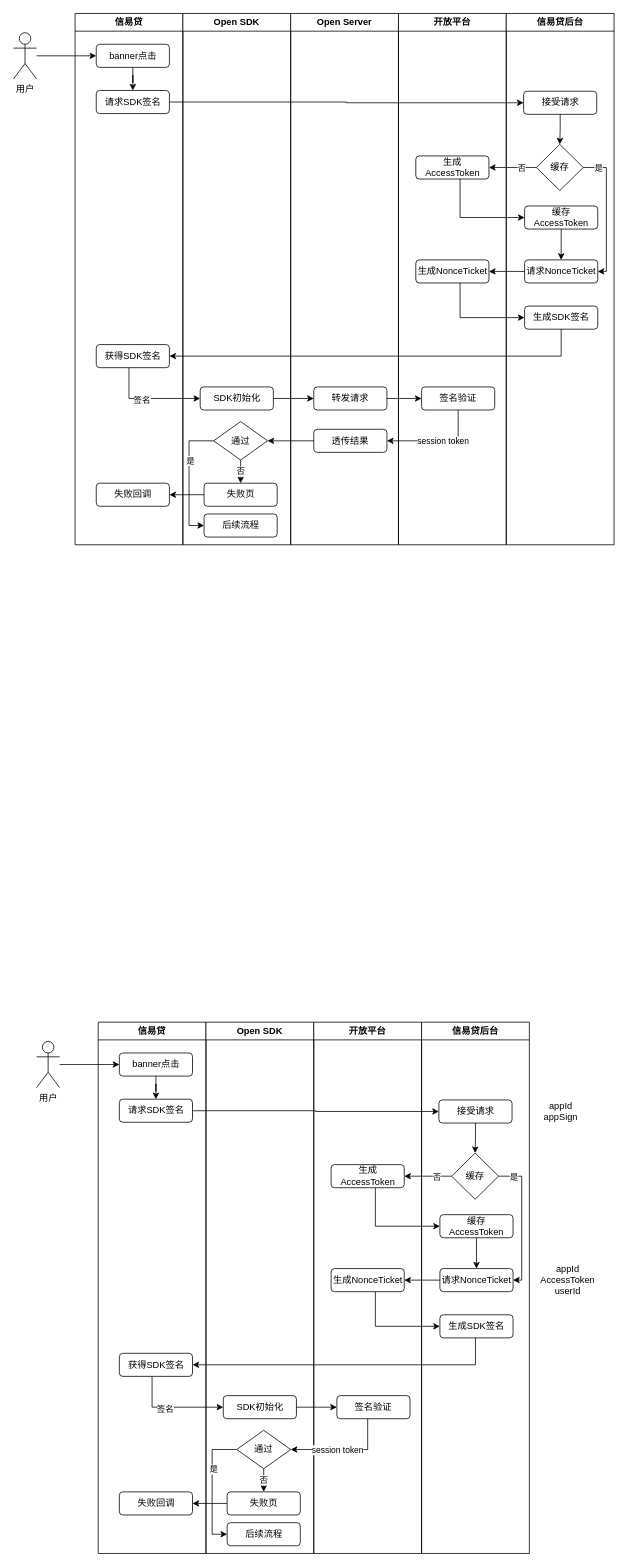
shushanfx/nfile keeps this draw.io diagram as page "SDK认证流程" (2 of 8) of doc/未命名绘图.drawio. Above is the earlier version. Source tidied: cells renumbered, new cells numbered last; positions are measured from the earlier drawing's top-left corner, leaving out a move shared by most shapes. Both pictures are drawn from the tidied source at 77%, with x=0, y=0 at pixel (13, 13).
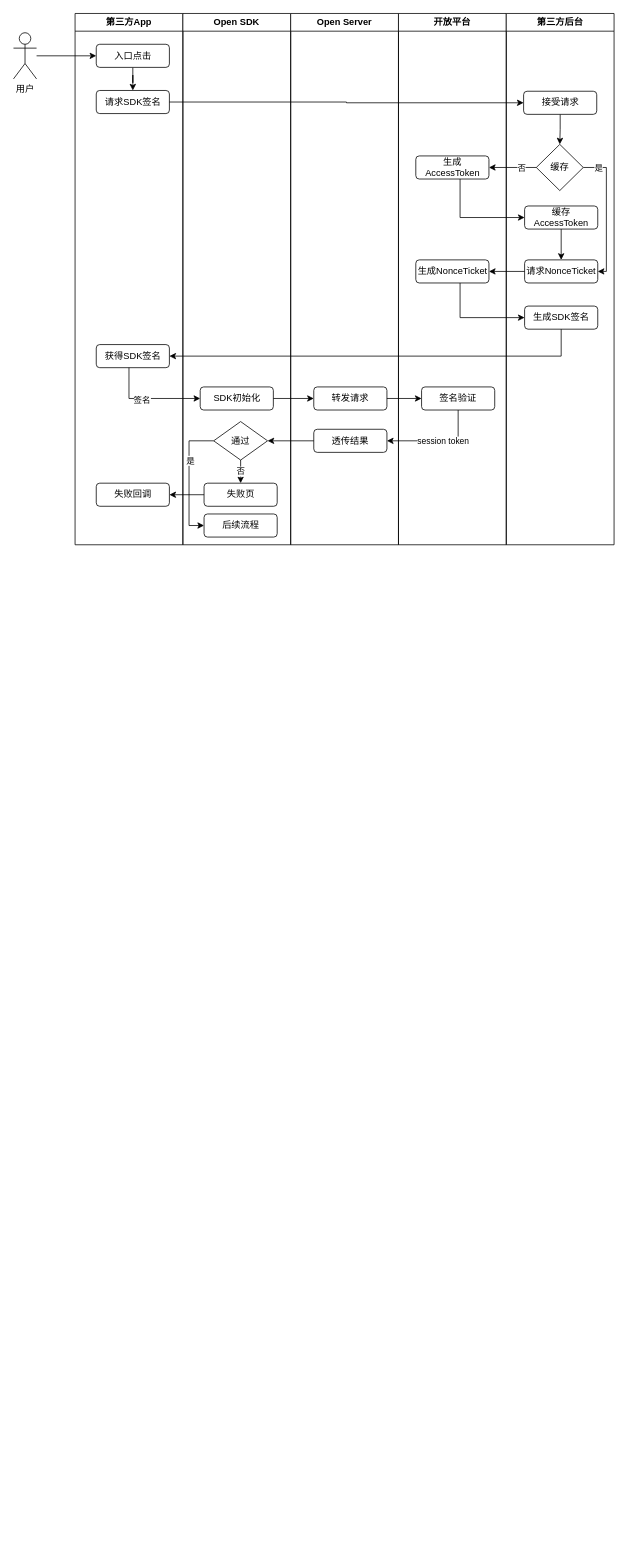
The same diagram, later.

Unchanged cells that the change refers to:
```xml
<mxCell id="4" style="group;" parent="1" vertex="1">
  <mxGeometry width="780" height="690" as="geometry" />
</mxCell>
```

The edit, as a diff of the source:
```diff
@@
-    <mxCell id="5" value="信易贷" style="swimlane;whiteSpace=wrap;html=1;" parent="4" vertex="1">
+    <mxCell id="5" value="第三方App" style="swimlane;whiteSpace=wrap;html=1;" parent="4" vertex="1">
       <mxGeometry x="80" width="140" height="690" as="geometry" />
     </mxCell>
@@
-    <mxCell id="7" value="banner点击" style="rounded=1;whiteSpace=wrap;html=1;" parent="5" vertex="1">
+    <mxCell id="7" value="入口点击" style="rounded=1;whiteSpace=wrap;html=1;" parent="5" vertex="1">
       <mxGeometry x="27.5" y="40" width="95" height="30" as="geometry" />
     </mxCell>
@@
-    <mxCell id="32" value="信易贷后台" style="swimlane;whiteSpace=wrap;html=1;" parent="4" vertex="1">
+    <mxCell id="32" value="第三方后台" style="swimlane;whiteSpace=wrap;html=1;" parent="4" vertex="1">
       <mxGeometry x="640" width="140" height="690" as="geometry" />
     </mxCell>
@@
-    <mxCell id="59" value="信易贷" style="swimlane;whiteSpace=wrap;html=1;" parent="1" vertex="1">
-      <mxGeometry x="110" y="1310" width="140" height="690" as="geometry" />
-    </mxCell>
-    <mxCell id="60" style="edgeStyle=orthogonalEdgeStyle;rounded=0;jettySize=auto;html=1;" parent="59" edge="1" source="61" target="62">
-      <mxGeometry relative="1" as="geometry" />
-    </mxCell>
-    <mxCell id="61" value="banner点击" style="rounded=1;whiteSpace=wrap;html=1;" parent="59" vertex="1">
-      <mxGeometry x="27.5" y="40" width="95" height="30" as="geometry" />
-    </mxCell>
-    <mxCell id="62" value="请求SDK签名" style="rounded=1;whiteSpace=wrap;html=1;" parent="59" vertex="1">
-      <mxGeometry x="27.5" y="100" width="95" height="30" as="geometry" />
-    </mxCell>
-    <mxCell id="63" value="获得SDK签名" style="rounded=1;whiteSpace=wrap;html=1;" parent="59" vertex="1">
-      <mxGeometry x="27.5" y="430" width="95" height="30" as="geometry" />
-    </mxCell>
-    <mxCell id="64" value="失败回调" style="rounded=1;whiteSpace=wrap;html=1;" parent="59" vertex="1">
-      <mxGeometry x="27.5" y="610" width="95" height="30" as="geometry" />
-    </mxCell>
-    <mxCell id="65" value="Open SDK" style="swimlane;whiteSpace=wrap;html=1;" parent="1" vertex="1">
-      <mxGeometry x="250" y="1310" width="140" height="690" as="geometry" />
-    </mxCell>
-    <mxCell id="66" style="edgeStyle=orthogonalEdgeStyle;rounded=0;orthogonalLoop=1;jettySize=auto;html=1;entryX=0.5;entryY=0;entryDx=0;entryDy=0;" parent="65" edge="1">
-      <mxGeometry relative="1" as="geometry">
-        <mxPoint x="71.2" y="295" as="sourcePoint" />
-      </mxGeometry>
-    </mxCell>
-    <mxCell id="67" value="SDK初始化" style="rounded=1;whiteSpace=wrap;html=1;" parent="65" vertex="1">
-      <mxGeometry x="22.5" y="485" width="95" height="30" as="geometry" />
-    </mxCell>
-    <mxCell id="68" value="否" style="edgeStyle=orthogonalEdgeStyle;rounded=0;jettySize=auto;html=1;entryX=0.5;entryY=0;entryDx=0;entryDy=0;" parent="65" edge="1" source="71" target="72">
-      <mxGeometry relative="1" as="geometry" />
-    </mxCell>
-    <mxCell id="69" style="edgeStyle=orthogonalEdgeStyle;rounded=0;jettySize=auto;html=1;entryX=0;entryY=0.5;entryDx=0;entryDy=0;" parent="65" edge="1" source="71" target="73">
-      <mxGeometry relative="1" as="geometry">
-        <Array as="points">
-          <mxPoint x="8" y="555" />
-          <mxPoint x="8" y="665" />
-        </Array>
-      </mxGeometry>
-    </mxCell>
-    <mxCell id="70" value="是" style="edgeLabel;html=1;align=center;verticalAlign=middle;" parent="69" vertex="1">
-      <mxGeometry x="-0.29" y="1" relative="1" as="geometry" />
-    </mxCell>
-    <mxCell id="71" value="通过" style="rhombus;whiteSpace=wrap;html=1;" parent="65" vertex="1">
-      <mxGeometry x="40" y="530" width="70" height="50" as="geometry" />
-    </mxCell>
-    <mxCell id="72" value="失败页" style="rounded=1;whiteSpace=wrap;html=1;" parent="65" vertex="1">
-      <mxGeometry x="27.5" y="610" width="95" height="30" as="geometry" />
-    </mxCell>
-    <mxCell id="73" value="后续流程" style="rounded=1;whiteSpace=wrap;html=1;" parent="65" vertex="1">
-      <mxGeometry x="27.5" y="650" width="95" height="30" as="geometry" />
-    </mxCell>
-    <mxCell id="74" value="开放平台" style="swimlane;whiteSpace=wrap;html=1;" parent="1" vertex="1">
-      <mxGeometry x="390" y="1310" width="140" height="690" as="geometry" />
-    </mxCell>
-    <mxCell id="75" value="生成AccessToken" style="rounded=1;whiteSpace=wrap;html=1;" parent="74" vertex="1">
-      <mxGeometry x="22.5" y="185" width="95" height="30" as="geometry" />
-    </mxCell>
-    <mxCell id="76" value="生成NonceTicket" style="rounded=1;whiteSpace=wrap;html=1;" parent="74" vertex="1">
-      <mxGeometry x="22.5" y="320" width="95" height="30" as="geometry" />
-    </mxCell>
-    <mxCell id="77" value="签名验证" style="rounded=1;whiteSpace=wrap;html=1;" parent="74" vertex="1">
-      <mxGeometry x="30" y="485" width="95" height="30" as="geometry" />
-    </mxCell>
-    <mxCell id="78" value="信易贷后台" style="swimlane;whiteSpace=wrap;html=1;" parent="1" vertex="1">
-      <mxGeometry x="530" y="1310" width="140" height="690" as="geometry" />
-    </mxCell>
-    <mxCell id="79" style="edgeStyle=orthogonalEdgeStyle;rounded=0;jettySize=auto;html=1;entryX=0.5;entryY=0;entryDx=0;entryDy=0;" parent="78" edge="1" source="80" target="84">
-      <mxGeometry relative="1" as="geometry" />
-    </mxCell>
-    <mxCell id="80" value="接受请求" style="rounded=1;whiteSpace=wrap;html=1;" parent="78" vertex="1">
-      <mxGeometry x="22.5" y="101" width="95" height="30" as="geometry" />
-    </mxCell>
-    <mxCell id="81" value="生成SDK签名" style="rounded=1;whiteSpace=wrap;html=1;" parent="78" vertex="1">
-      <mxGeometry x="23.8" y="380" width="95" height="30" as="geometry" />
-    </mxCell>
-    <mxCell id="82" style="edgeStyle=orthogonalEdgeStyle;rounded=0;jettySize=auto;html=1;entryX=1;entryY=0.5;entryDx=0;entryDy=0;" parent="78" edge="1" source="84" target="87">
-      <mxGeometry relative="1" as="geometry">
-        <Array as="points">
-          <mxPoint x="130" y="200" />
-          <mxPoint x="130" y="335" />
-        </Array>
-      </mxGeometry>
-    </mxCell>
-    <mxCell id="83" value="是" style="edgeLabel;html=1;align=center;verticalAlign=middle;" parent="82" vertex="1">
-      <mxGeometry x="-0.78" relative="1" as="geometry" />
-    </mxCell>
-    <mxCell id="84" value="缓存" style="rhombus;whiteSpace=wrap;html=1;" parent="78" vertex="1">
-      <mxGeometry x="39" y="170" width="61" height="60" as="geometry" />
-    </mxCell>
-    <mxCell id="85" style="edgeStyle=orthogonalEdgeStyle;rounded=0;jettySize=auto;html=1;" parent="78" edge="1" source="86" target="87">
-      <mxGeometry relative="1" as="geometry" />
-    </mxCell>
-    <mxCell id="86" value="缓存AccessToken" style="rounded=1;whiteSpace=wrap;html=1;" parent="78" vertex="1">
-      <mxGeometry x="23.8" y="250" width="95" height="30" as="geometry" />
-    </mxCell>
-    <mxCell id="87" value="请求NonceTicket" style="rounded=1;whiteSpace=wrap;html=1;" parent="78" vertex="1">
-      <mxGeometry x="23.8" y="320" width="95" height="30" as="geometry" />
-    </mxCell>
-    <mxCell id="88" style="edgeStyle=orthogonalEdgeStyle;rounded=0;jettySize=auto;html=1;entryX=0;entryY=0.5;entryDx=0;entryDy=0;" parent="1" edge="1" source="89" target="61">
-      <mxGeometry relative="1" as="geometry" />
-    </mxCell>
-    <mxCell id="89" value="用户" style="shape=umlActor;verticalLabelPosition=bottom;verticalAlign=top;html=1;outlineConnect=0;" parent="1" vertex="1">
-      <mxGeometry x="30" y="1335" width="30" height="60" as="geometry" />
-    </mxCell>
-    <mxCell id="90" style="edgeStyle=orthogonalEdgeStyle;rounded=0;jettySize=auto;html=1;entryX=0;entryY=0.5;entryDx=0;entryDy=0;" parent="1" edge="1" source="62" target="80">
-      <mxGeometry relative="1" as="geometry" />
-    </mxCell>
-    <mxCell id="91" style="edgeStyle=orthogonalEdgeStyle;rounded=0;jettySize=auto;html=1;entryX=1;entryY=0.5;entryDx=0;entryDy=0;" parent="1" edge="1" source="84" target="75">
-      <mxGeometry relative="1" as="geometry" />
-    </mxCell>
-    <mxCell id="92" value="否" style="edgeLabel;html=1;align=center;verticalAlign=middle;" parent="91" vertex="1">
-      <mxGeometry x="-0.35" relative="1" as="geometry" />
-    </mxCell>
-    <mxCell id="93" style="edgeStyle=orthogonalEdgeStyle;rounded=0;jettySize=auto;html=1;entryX=0;entryY=0.5;entryDx=0;entryDy=0;" parent="1" edge="1" source="75" target="86">
-      <mxGeometry relative="1" as="geometry">
-        <Array as="points">
-          <mxPoint x="470" y="1575" />
-        </Array>
-      </mxGeometry>
-    </mxCell>
-    <mxCell id="94" style="edgeStyle=orthogonalEdgeStyle;rounded=0;jettySize=auto;html=1;entryX=1;entryY=0.5;entryDx=0;entryDy=0;" parent="1" edge="1" source="87" target="76">
-      <mxGeometry relative="1" as="geometry" />
-    </mxCell>
-    <mxCell id="95" style="edgeStyle=orthogonalEdgeStyle;rounded=0;jettySize=auto;html=1;entryX=0;entryY=0.5;entryDx=0;entryDy=0;" parent="1" edge="1" source="76" target="81">
-      <mxGeometry relative="1" as="geometry">
-        <Array as="points">
-          <mxPoint x="470" y="1705" />
-        </Array>
-      </mxGeometry>
-    </mxCell>
-    <mxCell id="96" style="edgeStyle=orthogonalEdgeStyle;rounded=0;jettySize=auto;html=1;entryX=1;entryY=0.5;entryDx=0;entryDy=0;" parent="1" edge="1" source="81" target="63">
-      <mxGeometry relative="1" as="geometry">
-        <Array as="points">
-          <mxPoint x="600" y="1755" />
-        </Array>
-      </mxGeometry>
-    </mxCell>
-    <mxCell id="97" style="edgeStyle=orthogonalEdgeStyle;rounded=0;jettySize=auto;html=1;entryX=0;entryY=0.5;entryDx=0;entryDy=0;" parent="1" edge="1" source="63" target="67">
-      <mxGeometry relative="1" as="geometry">
-        <Array as="points">
-          <mxPoint x="180" y="1810" />
-        </Array>
-      </mxGeometry>
-    </mxCell>
-    <mxCell id="98" value="签名" style="edgeLabel;html=1;align=center;verticalAlign=middle;" parent="97" vertex="1">
-      <mxGeometry x="-0.15" y="-1" relative="1" as="geometry">
-        <mxPoint y="1" as="offset" />
-      </mxGeometry>
-    </mxCell>
-    <mxCell id="99" style="edgeStyle=orthogonalEdgeStyle;rounded=0;jettySize=auto;html=1;entryX=1;entryY=0.5;entryDx=0;entryDy=0;" parent="1" edge="1" source="72" target="64">
-      <mxGeometry relative="1" as="geometry" />
-    </mxCell>
-    <mxCell id="100" style="edgeStyle=orthogonalEdgeStyle;rounded=0;jettySize=auto;html=1;" parent="1" edge="1" source="67" target="77">
-      <mxGeometry relative="1" as="geometry" />
-    </mxCell>
-    <mxCell id="101" style="edgeStyle=orthogonalEdgeStyle;rounded=0;jettySize=auto;html=1;entryX=1;entryY=0.5;entryDx=0;entryDy=0;" parent="1" edge="1" source="77" target="71">
-      <mxGeometry relative="1" as="geometry">
-        <Array as="points">
-          <mxPoint x="460" y="1865" />
-        </Array>
-      </mxGeometry>
-    </mxCell>
-    <mxCell id="102" value="session token&lt;br&gt;" style="edgeLabel;html=1;align=center;verticalAlign=middle;" parent="101" vertex="1">
-      <mxGeometry y="2" relative="1" as="geometry">
-        <mxPoint x="-10" y="-2" as="offset" />
-      </mxGeometry>
-    </mxCell>
-    <mxCell id="103" value="appId&lt;br&gt;appSign" style="text;html=1;strokeColor=none;fillColor=none;align=center;verticalAlign=middle;whiteSpace=wrap;rounded=0;" parent="1" vertex="1">
-      <mxGeometry x="681" y="1411" width="60" height="30" as="geometry" />
-    </mxCell>
-    <mxCell id="104" value="appId&lt;br&gt;AccessToken&lt;br&gt;userId" style="text;html=1;strokeColor=none;fillColor=none;align=center;verticalAlign=middle;whiteSpace=wrap;rounded=0;" parent="1" vertex="1">
-      <mxGeometry x="690" y="1630" width="60" height="30" as="geometry" />
-    </mxCell>
```
